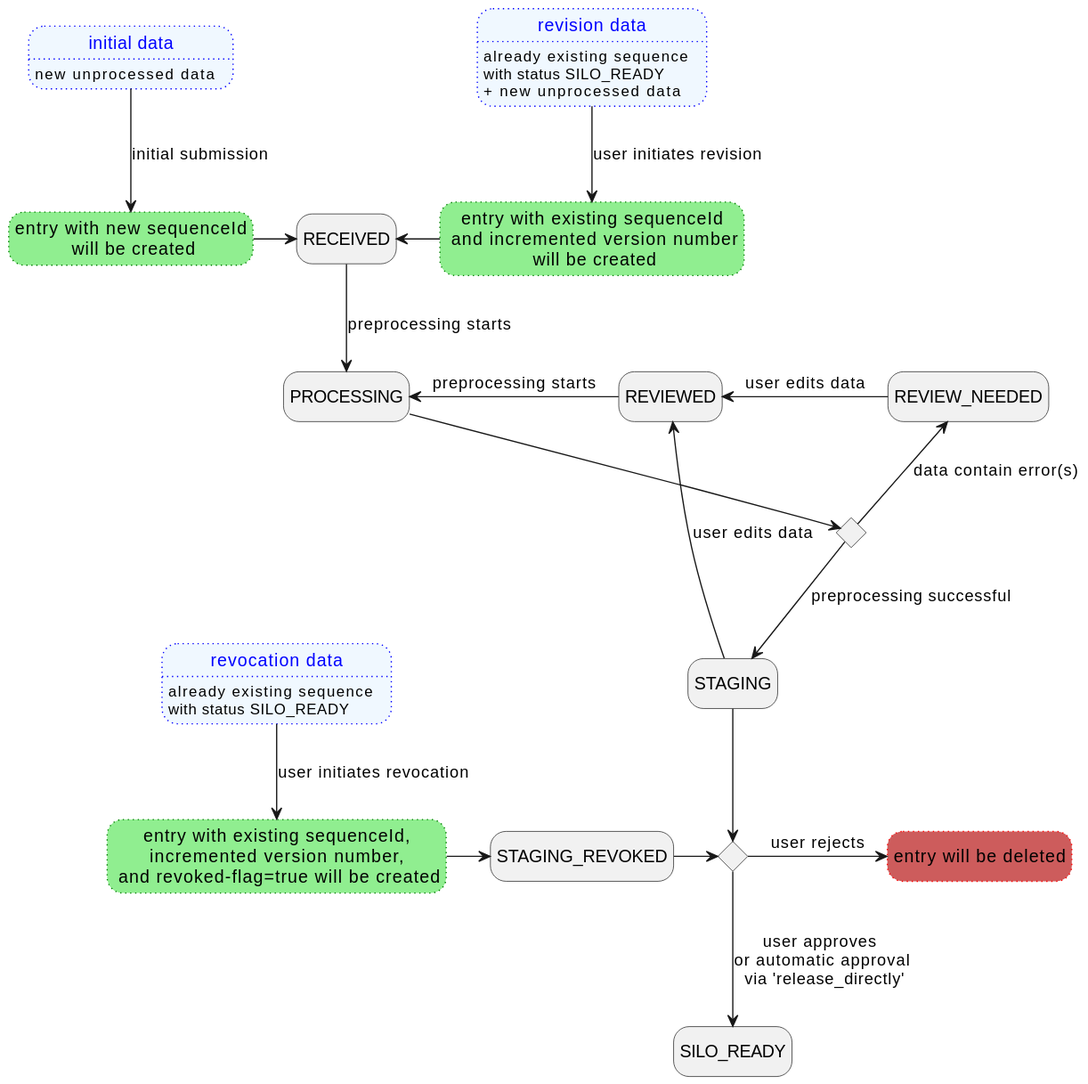
Before: backend/docs/plantuml/statusChange.svg, a diagram exported from PlantUML (loculus-project/loculus).
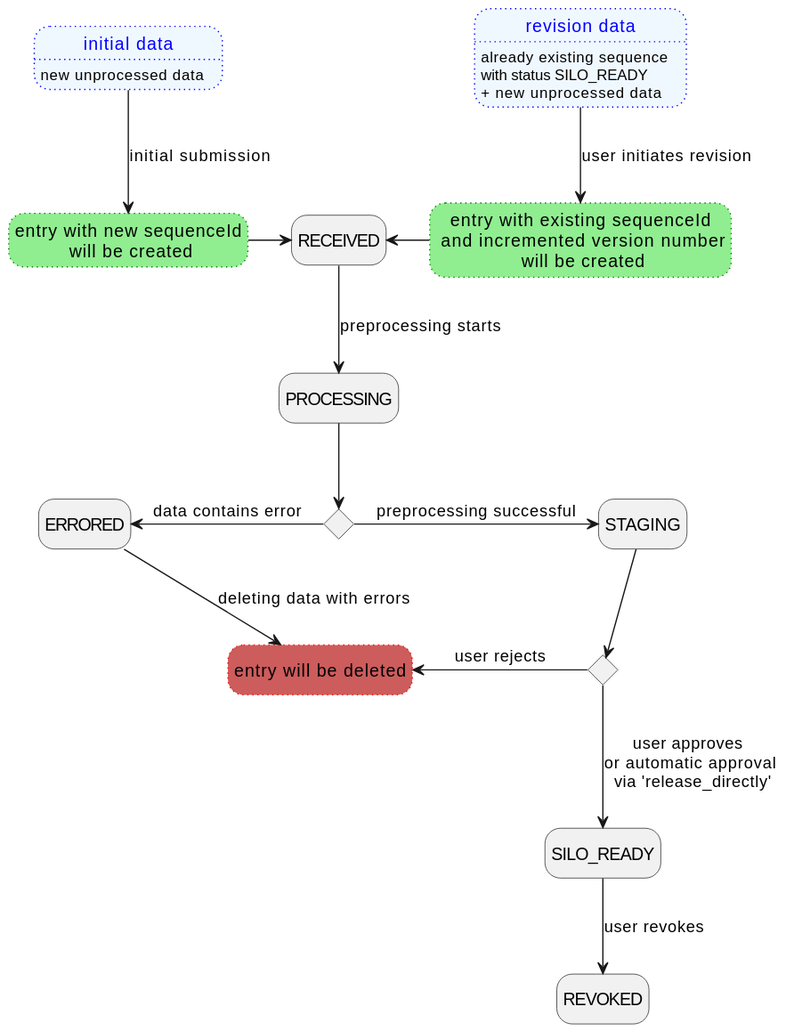
After the change.

Diff of the diagram source:
```diff
@@ -9,42 +9,33 @@
         REVISION_DATA: with status SILO_READY
         REVISION_DATA: + new unprocessed data
     }
-    state REVOKED_DATA as "revocation data" #aliceblue;line:blue;line.dotted;text:blue{
-        REVOKED_DATA: already existing sequence
-        REVOKED_DATA: with status SILO_READY
-    }
 
-    state STAGING_REVOKED
     state RECEIVED
     state PROCESSING
-    state REVIEW_NEEDED
-    state REVIEWED
+    state ERRORED
+    state STAGING
     state SILO_READY
+    state REVOKED
 
     state CREATING_SUBMIT as "entry with new sequenceId\n will be created" #lightgreen;line:green;line.dotted
     state CREATING_REVISE as "entry with existing sequenceId\n and incremented version number\n will be created" #lightgreen;line:green;line.dotted
-    state CREATING_REVOKE as "entry with existing sequenceId,\n incremented version number, \n and revoked-flag=true will be created" #lightgreen;line:green;line.dotted
     state DELETION as "entry will be deleted" #IndianRed;line:red;line.dotted
-    state is_error <<choice>>
-    state is_approved <<choice>>
+    state is_error_or_not <<choice>>
+    state is_approved_or_not <<choice>>
 
     INITIAL_DATA -d-> CREATING_SUBMIT : initial submission
     CREATING_SUBMIT -r-> RECEIVED
     REVISION_DATA -d-> CREATING_REVISE : user initiates revision
     CREATING_REVISE -l-> RECEIVED
 
-    REVOKED_DATA -d-> CREATING_REVOKE : user initiates revocation
-    CREATING_REVOKE -r-> STAGING_REVOKED
-    STAGING_REVOKED -r-> is_approved
+    RECEIVED --> PROCESSING : preprocessing starts
+    PROCESSING -d-> is_error_or_not
+    is_error_or_not -l-> ERRORED : data contains error
+    is_error_or_not -r-> STAGING : preprocessing successful
+    ERRORED -d-> DELETION : deleting data with errors
+    STAGING -d-> is_approved_or_not
+    is_approved_or_not -d-> SILO_READY : user approves \nor automatic approval\n via 'release_directly'
+    is_approved_or_not -l-> DELETION : user rejects
 
-    RECEIVED --> PROCESSING : preprocessing starts
-    PROCESSING --> is_error
-    is_error -u-> REVIEW_NEEDED : data contain error(s)
-    REVIEW_NEEDED -l-> REVIEWED : user edits data
-    REVIEWED -l-> PROCESSING : preprocessing starts
-    STAGING -u-> REVIEWED : user edits data
-    is_error --> STAGING : preprocessing successful
-    STAGING --> is_approved
-    is_approved -d-> SILO_READY : user approves \nor automatic approval\n via 'release_directly'
-    is_approved -r-> DELETION : user rejects
+    SILO_READY --> REVOKED : user revokes
 @enduml
```
